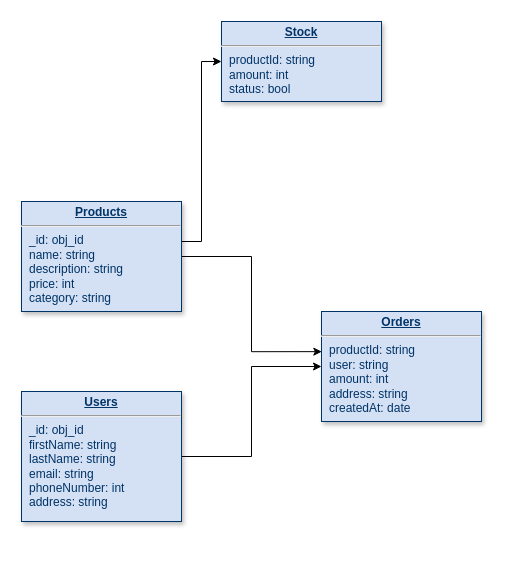
Above: details/Namnlöst diagram.drawio in ITHS-gbg/labb-2-webb-Mojtabarezaei4 (draw.io), before the change. Source tidied: cells renumbered, new cells numbered last; positions are measured from the earlier drawing's top-left corner, leaving out a move shared by most shapes. Both pictures are drawn from the tidied source at 100%, with x=0, y=0 at pixel (21, 21).
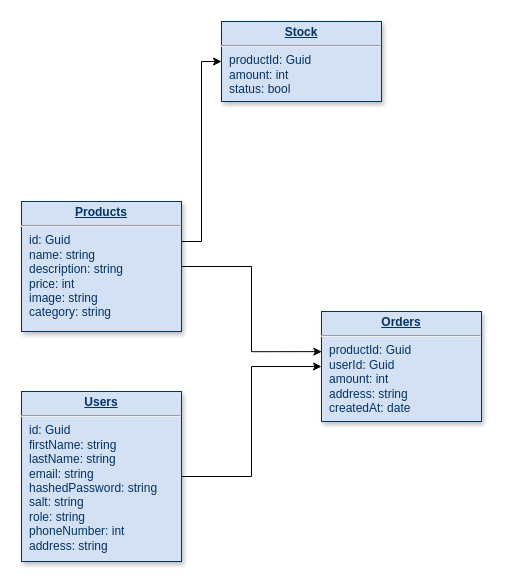
The same page after the edit.

Commit message:
update: Update the database model

Change to the diagram source:
```diff
@@
 <mxGraphModel>
   <root>
     <mxCell id="0" />
     <mxCell id="1" parent="0" />
     <mxCell id="2" style="edgeStyle=orthogonalEdgeStyle;rounded=0;jettySize=auto;html=1;entryX=0.002;entryY=0.365;entryDx=0;entryDy=0;entryPerimeter=0;" parent="1" edge="1" source="4" target="7">
       <mxGeometry relative="1" as="geometry" />
     </mxCell>
     <mxCell id="3" style="edgeStyle=orthogonalEdgeStyle;rounded=0;jettySize=auto;html=1;entryX=0;entryY=0.5;entryDx=0;entryDy=0;" parent="1" edge="1" source="4" target="8">
       <mxGeometry relative="1" as="geometry">
         <Array as="points">
           <mxPoint x="180" y="220" />
           <mxPoint x="180" y="40" />
         </Array>
       </mxGeometry>
     </mxCell>
-    <mxCell id="4" value="&lt;p style=&quot;margin: 0px; margin-top: 4px; text-align: center; text-decoration: underline;&quot;&gt;&lt;b&gt;Products&lt;/b&gt;&lt;/p&gt;&lt;hr&gt;&lt;p style=&quot;margin: 0px; margin-left: 8px;&quot;&gt;_id: obj_id&lt;/p&gt;&lt;p style=&quot;margin: 0px; margin-left: 8px;&quot;&gt;name: string&lt;/p&gt;&lt;p style=&quot;margin: 0px; margin-left: 8px;&quot;&gt;description: string&lt;/p&gt;&lt;p style=&quot;margin: 0px; margin-left: 8px;&quot;&gt;price: int&lt;/p&gt;&lt;p style=&quot;margin: 0px; margin-left: 8px;&quot;&gt;category: string&lt;/p&gt;" style="verticalAlign=top;align=left;overflow=fill;fontSize=12;fontFamily=Helvetica;html=1;strokeColor=#003366;shadow=1;fillColor=#D4E1F5;fontColor=#003366;" parent="1" vertex="1">
-      <mxGeometry y="180" width="160" height="110" as="geometry" />
+    <mxCell id="4" value="&lt;p style=&quot;margin: 0px; margin-top: 4px; text-align: center; text-decoration: underline;&quot;&gt;&lt;b&gt;Products&lt;/b&gt;&lt;/p&gt;&lt;hr&gt;&lt;p style=&quot;margin: 0px; margin-left: 8px;&quot;&gt;id: Guid&lt;/p&gt;&lt;p style=&quot;margin: 0px; margin-left: 8px;&quot;&gt;name: string&lt;/p&gt;&lt;p style=&quot;margin: 0px; margin-left: 8px;&quot;&gt;description: string&lt;/p&gt;&lt;p style=&quot;margin: 0px; margin-left: 8px;&quot;&gt;price: int&lt;/p&gt;&lt;p style=&quot;margin: 0px; margin-left: 8px;&quot;&gt;image: string&lt;/p&gt;&lt;p style=&quot;margin: 0px; margin-left: 8px;&quot;&gt;category: string&lt;/p&gt;" style="verticalAlign=top;align=left;overflow=fill;fontSize=12;fontFamily=Helvetica;html=1;strokeColor=#003366;shadow=1;fillColor=#D4E1F5;fontColor=#003366;" parent="1" vertex="1">
+      <mxGeometry y="180" width="160" height="130" as="geometry" />
     </mxCell>
     <mxCell id="5" style="edgeStyle=orthogonalEdgeStyle;rounded=0;jettySize=auto;html=1;entryX=0;entryY=0.5;entryDx=0;entryDy=0;" parent="1" edge="1" source="6" target="7">
       <mxGeometry relative="1" as="geometry" />
     </mxCell>
-    <mxCell id="6" value="&lt;p style=&quot;margin: 0px; margin-top: 4px; text-align: center; text-decoration: underline;&quot;&gt;&lt;b&gt;Users&lt;/b&gt;&lt;/p&gt;&lt;hr&gt;&lt;p style=&quot;margin: 0px; margin-left: 8px;&quot;&gt;_id: obj_id&lt;/p&gt;&lt;p style=&quot;margin: 0px; margin-left: 8px;&quot;&gt;firstName: string&lt;/p&gt;&lt;p style=&quot;margin: 0px; margin-left: 8px;&quot;&gt;lastName: string&lt;/p&gt;&lt;p style=&quot;margin: 0px; margin-left: 8px;&quot;&gt;email: string&lt;/p&gt;&lt;p style=&quot;margin: 0px; margin-left: 8px;&quot;&gt;phoneNumber: int&lt;/p&gt;&lt;p style=&quot;margin: 0px; margin-left: 8px;&quot;&gt;address: string&lt;/p&gt;" style="verticalAlign=top;align=left;overflow=fill;fontSize=12;fontFamily=Helvetica;html=1;strokeColor=#003366;shadow=1;fillColor=#D4E1F5;fontColor=#003366;" parent="1" vertex="1">
-      <mxGeometry y="370" width="160" height="130" as="geometry" />
+    <mxCell id="6" value="&lt;p style=&quot;margin: 0px; margin-top: 4px; text-align: center; text-decoration: underline;&quot;&gt;&lt;b&gt;Users&lt;/b&gt;&lt;/p&gt;&lt;hr&gt;&lt;p style=&quot;margin: 0px; margin-left: 8px;&quot;&gt;id: Guid&lt;/p&gt;&lt;p style=&quot;margin: 0px; margin-left: 8px;&quot;&gt;firstName: string&lt;/p&gt;&lt;p style=&quot;margin: 0px; margin-left: 8px;&quot;&gt;lastName: string&lt;/p&gt;&lt;p style=&quot;margin: 0px; margin-left: 8px;&quot;&gt;email: string&lt;/p&gt;&lt;p style=&quot;margin: 0px; margin-left: 8px;&quot;&gt;hashedPassword: string&lt;br&gt;salt: string&lt;/p&gt;&lt;p style=&quot;margin: 0px; margin-left: 8px;&quot;&gt;role: string&lt;br&gt;&lt;span style=&quot;background-color: initial;&quot;&gt;phoneNumber: int&lt;/span&gt;&lt;/p&gt;&lt;p style=&quot;margin: 0px; margin-left: 8px;&quot;&gt;address: string&lt;/p&gt;" style="verticalAlign=top;align=left;overflow=fill;fontSize=12;fontFamily=Helvetica;html=1;strokeColor=#003366;shadow=1;fillColor=#D4E1F5;fontColor=#003366;" parent="1" vertex="1">
+      <mxGeometry y="370" width="160" height="170" as="geometry" />
     </mxCell>
-    <mxCell id="7" value="&lt;p style=&quot;margin: 0px; margin-top: 4px; text-align: center; text-decoration: underline;&quot;&gt;&lt;b&gt;Orders&lt;/b&gt;&lt;/p&gt;&lt;hr&gt;&lt;p style=&quot;margin: 0px; margin-left: 8px;&quot;&gt;productId: string&lt;/p&gt;&lt;p style=&quot;margin: 0px; margin-left: 8px;&quot;&gt;user: string&lt;/p&gt;&lt;p style=&quot;margin: 0px; margin-left: 8px;&quot;&gt;amount: int&lt;/p&gt;&lt;p style=&quot;margin: 0px; margin-left: 8px;&quot;&gt;address: string&lt;/p&gt;&lt;p style=&quot;margin: 0px; margin-left: 8px;&quot;&gt;createdAt: date&lt;/p&gt;" style="verticalAlign=top;align=left;overflow=fill;fontSize=12;fontFamily=Helvetica;html=1;strokeColor=#003366;shadow=1;fillColor=#D4E1F5;fontColor=#003366;" parent="1" vertex="1">
+    <mxCell id="7" value="&lt;p style=&quot;margin: 0px; margin-top: 4px; text-align: center; text-decoration: underline;&quot;&gt;&lt;b&gt;Orders&lt;/b&gt;&lt;/p&gt;&lt;hr&gt;&lt;p style=&quot;margin: 0px; margin-left: 8px;&quot;&gt;productId: Guid&lt;/p&gt;&lt;p style=&quot;margin: 0px; margin-left: 8px;&quot;&gt;userId: Guid&lt;/p&gt;&lt;p style=&quot;margin: 0px; margin-left: 8px;&quot;&gt;amount: int&lt;/p&gt;&lt;p style=&quot;margin: 0px; margin-left: 8px;&quot;&gt;address: string&lt;/p&gt;&lt;p style=&quot;margin: 0px; margin-left: 8px;&quot;&gt;createdAt: date&lt;/p&gt;" style="verticalAlign=top;align=left;overflow=fill;fontSize=12;fontFamily=Helvetica;html=1;strokeColor=#003366;shadow=1;fillColor=#D4E1F5;fontColor=#003366;" parent="1" vertex="1">
       <mxGeometry x="300" y="290" width="160" height="110" as="geometry" />
     </mxCell>
-    <mxCell id="8" value="&lt;p style=&quot;margin: 0px; margin-top: 4px; text-align: center; text-decoration: underline;&quot;&gt;&lt;b&gt;Stock&lt;/b&gt;&lt;/p&gt;&lt;hr&gt;&lt;p style=&quot;margin: 0px; margin-left: 8px;&quot;&gt;productId: string&lt;/p&gt;&lt;p style=&quot;margin: 0px; margin-left: 8px;&quot;&gt;amount: int&lt;/p&gt;&lt;p style=&quot;margin: 0px; margin-left: 8px;&quot;&gt;status: bool&lt;/p&gt;" style="verticalAlign=top;align=left;overflow=fill;fontSize=12;fontFamily=Helvetica;html=1;strokeColor=#003366;shadow=1;fillColor=#D4E1F5;fontColor=#003366;" parent="1" vertex="1">
+    <mxCell id="8" value="&lt;p style=&quot;margin: 0px; margin-top: 4px; text-align: center; text-decoration: underline;&quot;&gt;&lt;b&gt;Stock&lt;/b&gt;&lt;/p&gt;&lt;hr&gt;&lt;p style=&quot;margin: 0px; margin-left: 8px;&quot;&gt;productId: Guid&lt;/p&gt;&lt;p style=&quot;margin: 0px; margin-left: 8px;&quot;&gt;amount: int&lt;/p&gt;&lt;p style=&quot;margin: 0px; margin-left: 8px;&quot;&gt;status: bool&lt;/p&gt;" style="verticalAlign=top;align=left;overflow=fill;fontSize=12;fontFamily=Helvetica;html=1;strokeColor=#003366;shadow=1;fillColor=#D4E1F5;fontColor=#003366;" parent="1" vertex="1">
       <mxGeometry x="200" width="160" height="80" as="geometry" />
     </mxCell>
   </root>
 </mxGraphModel>
```
